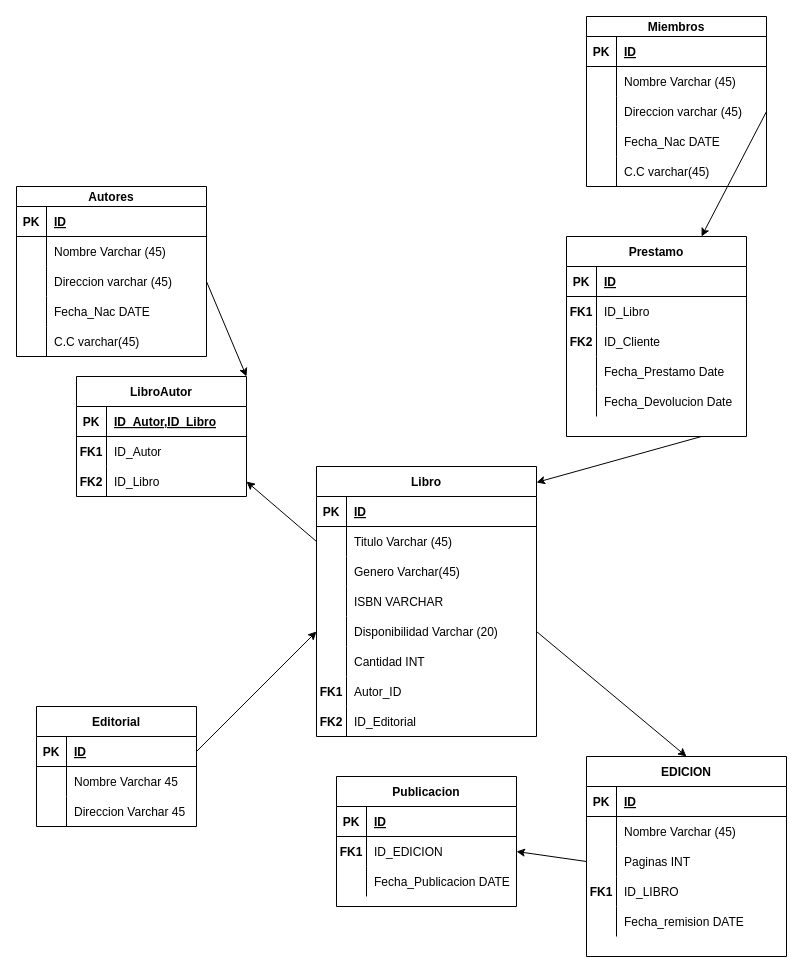
The draw.io diagram Diagrama sin título.drawio in notkahuate/-MySQL_Examen, before the edit. Source tidied: cells renumbered, new cells numbered last; positions are measured from the earlier drawing's top-left corner, leaving out a move shared by most shapes. Both pictures are drawn from the tidied source at 100%, with x=0, y=0 at pixel (16, 16).
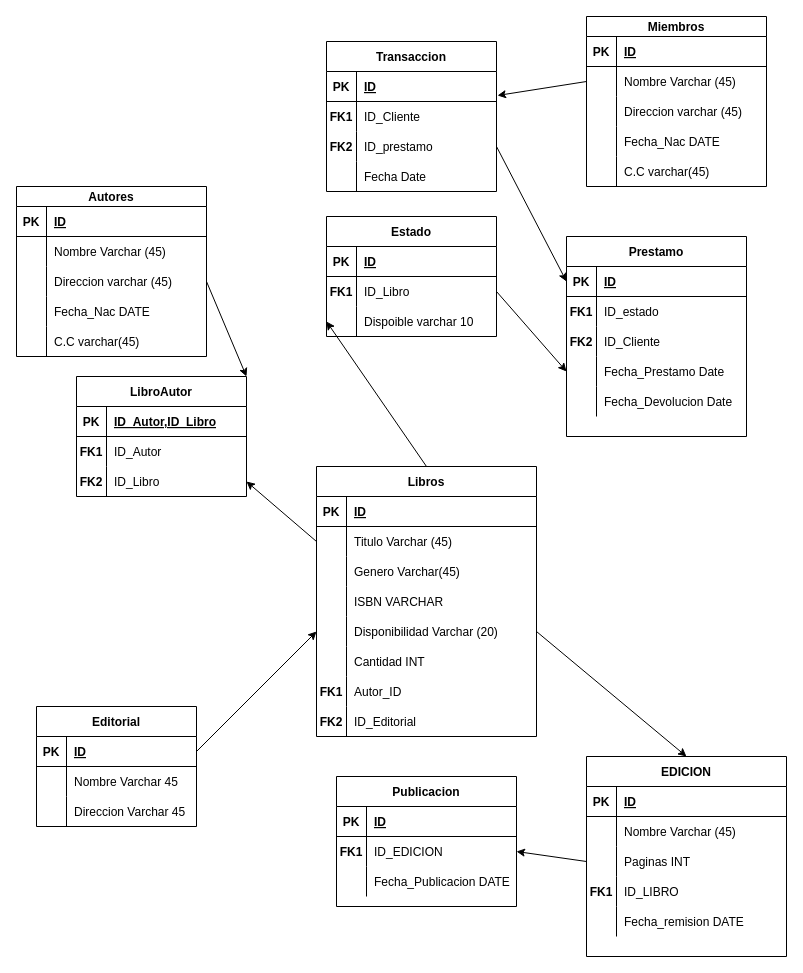
The same diagram, later.

The change refers to these unchanged cells:
```xml
<mxCell id="6" style="shape=partialRectangle;fillColor=none;points=[[0,0.5],[1,0.5]];portConstraint=eastwest;top=0;left=0;right=0;bottom=0;" parent="2" vertex="1">
  <mxGeometry y="50" width="180" height="30" as="geometry" />
</mxCell>
<mxCell id="9" style="shape=partialRectangle;fillColor=none;points=[[0,0.5],[1,0.5]];portConstraint=eastwest;top=0;left=0;right=0;bottom=0;" parent="2" vertex="1">
  <mxGeometry y="80" width="180" height="30" as="geometry" />
</mxCell>
<mxCell id="18" value="Prestamo" style="shape=table;startSize=30;childLayout=tableLayout;rowLines=0;fontStyle=1;align=center;" parent="1" vertex="1">
  <mxGeometry x="550" y="220" width="180" height="200" as="geometry" />
</mxCell>
<mxCell id="19" style="shape=partialRectangle;fillColor=none;points=[[0,0.5],[1,0.5]];portConstraint=eastwest;top=0;left=0;right=0;bottom=1;" parent="18" vertex="1">
  <mxGeometry y="30" width="180" height="30" as="geometry" />
</mxCell>
<mxCell id="22" style="shape=partialRectangle;fillColor=none;top=0;left=0;right=0;bottom=0;" parent="18" vertex="1">
  <mxGeometry y="60" width="180" height="30" as="geometry" />
</mxCell>
<mxCell id="28" style="shape=partialRectangle;fillColor=none;points=[[0,0.5],[1,0.5]];portConstraint=eastwest;top=0;left=0;right=0;bottom=0;" parent="18" vertex="1">
  <mxGeometry y="120" width="180" height="30" as="geometry" />
</mxCell>
```

Diff of the diagram source:
```diff
@@
-    <mxCell id="24" value="ID_Libro " style="shape=partialRectangle;overflow=hidden;fillColor=none;top=0;left=0;bottom=0;right=0;align=left;spacingLeft=6;" parent="22" vertex="1">
+    <mxCell id="24" value="ID_estado" style="shape=partialRectangle;overflow=hidden;fillColor=none;top=0;left=0;bottom=0;right=0;align=left;spacingLeft=6;" parent="22" vertex="1">
       <mxGeometry x="30" width="150" height="30" as="geometry" />
     </mxCell>
@@
+    <mxCell id="128" style="edgeStyle=none;rounded=0;jettySize=auto;html=1;exitX=0.5;exitY=0;exitDx=0;exitDy=0;entryX=0;entryY=0.5;entryDx=0;entryDy=0;" parent="1" edge="1" source="34" target="136">
+      <mxGeometry relative="1" as="geometry" />
+    </mxCell>
-    <mxCell id="34" value="Libro" style="shape=table;startSize=30;childLayout=tableLayout;rowLines=0;fontStyle=1;align=center;" parent="1" vertex="1">
+    <mxCell id="34" value="Libros" style="shape=table;startSize=30;childLayout=tableLayout;rowLines=0;fontStyle=1;align=center;" parent="1" vertex="1">
       <mxGeometry x="300" y="450" width="220" height="270" as="geometry" />
     </mxCell>
@@
-    <mxCell id="121" style="edgeStyle=none;rounded=0;jettySize=auto;html=1;exitX=0.75;exitY=1;exitDx=0;exitDy=0;entryX=1;entryY=0.059;entryDx=0;entryDy=0;entryPerimeter=0;" parent="1" edge="1" source="18" target="34">
-      <mxGeometry relative="1" as="geometry" />
-    </mxCell>
-    <mxCell id="122" style="edgeStyle=none;rounded=0;jettySize=auto;html=1;exitX=1;exitY=0.5;exitDx=0;exitDy=0;entryX=0.75;entryY=0;entryDx=0;entryDy=0;" parent="1" edge="1" source="9" target="18">
-      <mxGeometry relative="1" as="geometry" />
-    </mxCell>
@@
+    <mxCell id="129" value="Estado" style="shape=table;startSize=30;childLayout=tableLayout;rowLines=0;fontStyle=1;align=center;" parent="1" vertex="1">
+      <mxGeometry x="310" y="200" width="170" height="120" as="geometry" />
+    </mxCell>
+    <mxCell id="130" style="shape=partialRectangle;fillColor=none;top=0;left=0;right=0;bottom=1;" parent="129" vertex="1">
+      <mxGeometry y="30" width="170" height="30" as="geometry" />
+    </mxCell>
+    <mxCell id="131" value="PK" style="shape=partialRectangle;overflow=hidden;fillColor=none;top=0;left=0;bottom=0;right=0;fontStyle=1;" parent="130" vertex="1">
+      <mxGeometry width="30" height="30" as="geometry" />
+    </mxCell>
+    <mxCell id="132" value="ID" style="shape=partialRectangle;overflow=hidden;fillColor=none;top=0;left=0;bottom=0;right=0;align=left;spacingLeft=6;fontStyle=5;" parent="130" vertex="1">
+      <mxGeometry x="30" width="140" height="30" as="geometry" />
+    </mxCell>
+    <mxCell id="133" style="shape=partialRectangle;fillColor=none;points=[[0,0.5],[1,0.5]];portConstraint=eastwest;top=0;left=0;right=0;bottom=0;" parent="129" vertex="1">
+      <mxGeometry y="60" width="170" height="30" as="geometry" />
+    </mxCell>
+    <mxCell id="134" value="FK1" style="shape=partialRectangle;overflow=hidden;fillColor=none;top=0;left=0;bottom=0;right=0;fontStyle=1;" parent="133" vertex="1">
+      <mxGeometry width="30" height="30" as="geometry" />
+    </mxCell>
+    <mxCell id="135" value="ID_Libro" style="shape=partialRectangle;overflow=hidden;fillColor=none;top=0;left=0;bottom=0;right=0;align=left;spacingLeft=6;" parent="133" vertex="1">
+      <mxGeometry x="30" width="140" height="30" as="geometry" />
+    </mxCell>
+    <mxCell id="136" style="shape=partialRectangle;fillColor=none;points=[[0,0.5],[1,0.5]];portConstraint=eastwest;top=0;left=0;right=0;bottom=0;" parent="129" vertex="1">
+      <mxGeometry y="90" width="170" height="30" as="geometry" />
+    </mxCell>
+    <mxCell id="137" style="shape=partialRectangle;overflow=hidden;fillColor=none;top=0;left=0;bottom=0;right=0;fontStyle=1;" parent="136" vertex="1">
+      <mxGeometry width="30" height="30" as="geometry" />
+    </mxCell>
+    <mxCell id="138" value="Dispoible varchar 10" style="shape=partialRectangle;overflow=hidden;fillColor=none;top=0;left=0;bottom=0;right=0;align=left;spacingLeft=6;" parent="136" vertex="1">
+      <mxGeometry x="30" width="140" height="30" as="geometry" />
+    </mxCell>
+    <mxCell id="139" value="Transaccion" style="shape=table;startSize=30;childLayout=tableLayout;rowLines=0;fontStyle=1;align=center;" parent="1" vertex="1">
+      <mxGeometry x="310" y="25" width="170" height="150" as="geometry" />
+    </mxCell>
+    <mxCell id="140" style="shape=partialRectangle;fillColor=none;points=[[0,0.5],[1,0.5]];portConstraint=eastwest;top=0;left=0;right=0;bottom=1;" parent="139" vertex="1">
+      <mxGeometry y="30" width="170" height="30" as="geometry" />
+    </mxCell>
+    <mxCell id="141" value="PK" style="shape=partialRectangle;overflow=hidden;fillColor=none;top=0;left=0;bottom=0;right=0;fontStyle=1;" parent="140" vertex="1">
+      <mxGeometry width="30" height="30" as="geometry" />
+    </mxCell>
+    <mxCell id="142" value="ID" style="shape=partialRectangle;overflow=hidden;fillColor=none;top=0;left=0;bottom=0;right=0;align=left;spacingLeft=6;fontStyle=5;" parent="140" vertex="1">
+      <mxGeometry x="30" width="140" height="30" as="geometry" />
+    </mxCell>
+    <mxCell id="143" style="shape=partialRectangle;fillColor=none;top=0;left=0;right=0;bottom=0;" parent="139" vertex="1">
+      <mxGeometry y="60" width="170" height="30" as="geometry" />
+    </mxCell>
+    <mxCell id="144" value="FK1" style="shape=partialRectangle;overflow=hidden;fillColor=none;top=0;left=0;bottom=0;right=0;fontStyle=1;" parent="143" vertex="1">
+      <mxGeometry width="30" height="30" as="geometry" />
+    </mxCell>
+    <mxCell id="145" value="ID_Cliente" style="shape=partialRectangle;overflow=hidden;fillColor=none;top=0;left=0;bottom=0;right=0;align=left;spacingLeft=6;" parent="143" vertex="1">
+      <mxGeometry x="30" width="140" height="30" as="geometry" />
+    </mxCell>
+    <mxCell id="146" style="shape=partialRectangle;fillColor=none;points=[[0,0.5],[1,0.5]];portConstraint=eastwest;top=0;left=0;right=0;bottom=0;" parent="139" vertex="1">
+      <mxGeometry y="90" width="170" height="30" as="geometry" />
+    </mxCell>
+    <mxCell id="147" value="FK2" style="shape=partialRectangle;overflow=hidden;fillColor=none;top=0;left=0;bottom=0;right=0;fontStyle=1;" parent="146" vertex="1">
+      <mxGeometry width="30" height="30" as="geometry" />
+    </mxCell>
+    <mxCell id="148" value="ID_prestamo" style="shape=partialRectangle;overflow=hidden;fillColor=none;top=0;left=0;bottom=0;right=0;align=left;spacingLeft=6;" parent="146" vertex="1">
+      <mxGeometry x="30" width="140" height="30" as="geometry" />
+    </mxCell>
+    <mxCell id="149" style="shape=partialRectangle;fillColor=none;top=0;left=0;right=0;bottom=0;" parent="139" vertex="1">
+      <mxGeometry y="120" width="170" height="30" as="geometry" />
+    </mxCell>
+    <mxCell id="150" style="shape=partialRectangle;overflow=hidden;fillColor=none;top=0;left=0;bottom=0;right=0;fontStyle=1;" parent="149" vertex="1">
+      <mxGeometry width="30" height="30" as="geometry" />
+    </mxCell>
+    <mxCell id="151" value="Fecha Date " style="shape=partialRectangle;overflow=hidden;fillColor=none;top=0;left=0;bottom=0;right=0;align=left;spacingLeft=6;" parent="149" vertex="1">
+      <mxGeometry x="30" width="140" height="30" as="geometry" />
+    </mxCell>
+    <mxCell id="152" style="edgeStyle=none;rounded=0;jettySize=auto;html=1;exitX=1;exitY=0.5;exitDx=0;exitDy=0;entryX=0;entryY=0.5;entryDx=0;entryDy=0;" parent="1" edge="1" source="146" target="19">
+      <mxGeometry relative="1" as="geometry" />
+    </mxCell>
+    <mxCell id="153" style="edgeStyle=none;rounded=0;jettySize=auto;html=1;exitX=0;exitY=0.5;exitDx=0;exitDy=0;entryX=1.006;entryY=0.8;entryDx=0;entryDy=0;entryPerimeter=0;" parent="1" edge="1" source="6" target="140">
+      <mxGeometry relative="1" as="geometry" />
+    </mxCell>
+    <mxCell id="154" style="edgeStyle=none;rounded=0;jettySize=auto;html=1;exitX=1;exitY=0.5;exitDx=0;exitDy=0;entryX=0;entryY=0.5;entryDx=0;entryDy=0;" parent="1" edge="1" source="133" target="28">
+      <mxGeometry relative="1" as="geometry" />
+    </mxCell>
```
